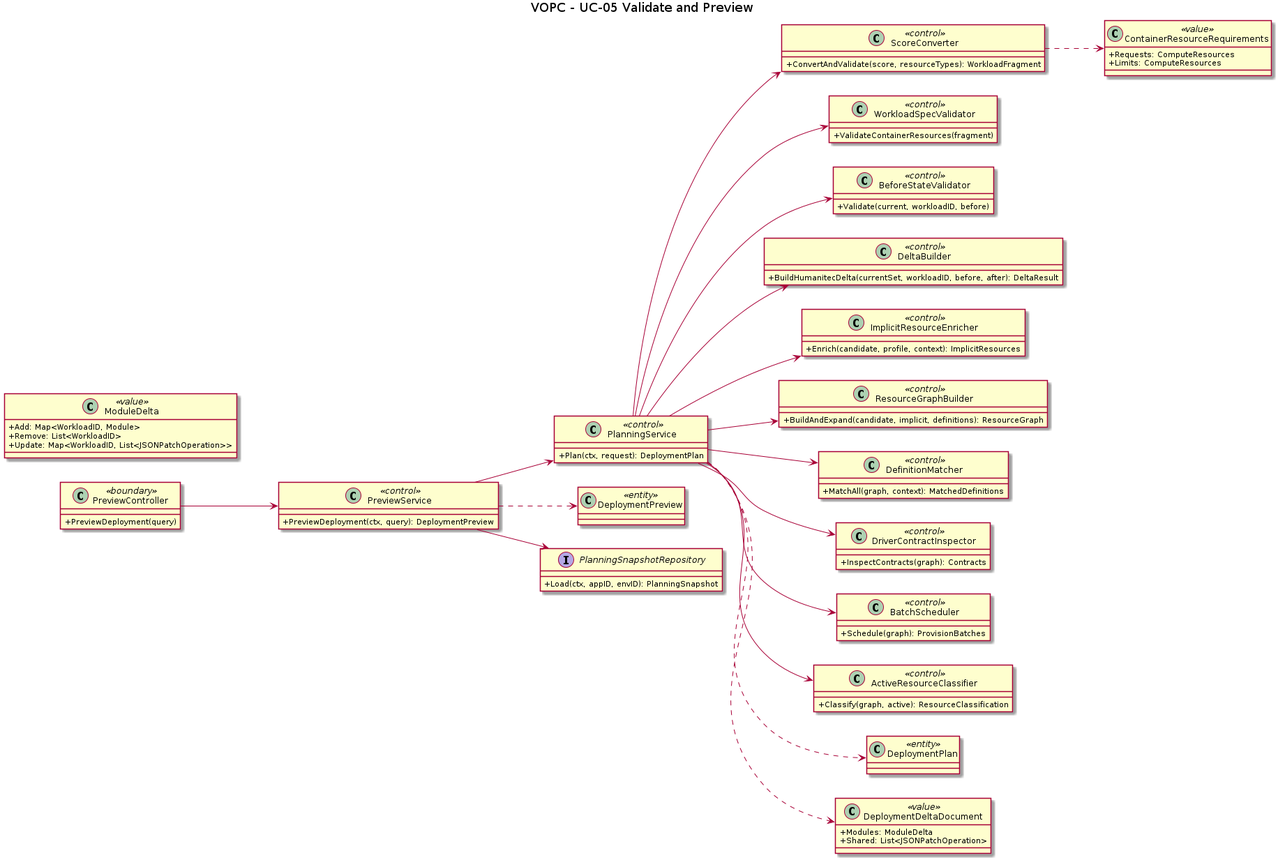
pr3s3nt/poc keeps this PlantUML diagram as orchestrator_docs/usecase/UC-05/vopc.png. Above is the earlier version. Its source is kept beside it as orchestrator_docs/usecase/UC-05/vopc.puml. Its diagram source:
```plantuml
@startuml
title VOPC - UC-05 Validate and Preview
left to right direction
skinparam classAttributeIconSize 0
class PreviewController <<boundary>> {
  +PreviewDeployment(query)
}
class PreviewService <<control>> {
  +PreviewDeployment(ctx, query): DeploymentPreview
}
class PlanningService <<control>> {
  +Plan(ctx, request): DeploymentPlan
}
class ScoreConverter <<control>> {
  +ConvertAndValidate(score, resourceTypes): WorkloadFragment
}
class WorkloadSpecValidator <<control>> {
  +ValidateContainerResources(fragment)
}
class BeforeStateValidator <<control>> {
  +Validate(current, workloadID, before)
}
class DeltaBuilder <<control>> {
  +BuildHumanitecDelta(currentSet, workloadID, before, after): DeltaResult
}
class ImplicitResourceEnricher <<control>> {
  +Enrich(candidate, profile, context): ImplicitResources
}
class ResourceGraphBuilder <<control>> {
  +BuildAndExpand(candidate, implicit, definitions): ResourceGraph
}
class DefinitionMatcher <<control>> {
  +MatchAll(graph, context): MatchedDefinitions
}
class DriverContractInspector <<control>> {
  +InspectContracts(graph): Contracts
}
class BatchScheduler <<control>> {
  +Schedule(graph): ProvisionBatches
}
class ActiveResourceClassifier <<control>> {
  +Classify(graph, active): ResourceClassification
}
class DeploymentPlan <<entity>>
class DeploymentPreview <<entity>>
class DeploymentDeltaDocument <<value>> {
  +Modules: ModuleDelta
  +Shared: List<JSONPatchOperation>
}
class ModuleDelta <<value>> {
  +Add: Map<WorkloadID, Module>
  +Remove: List<WorkloadID>
  +Update: Map<WorkloadID, List<JSONPatchOperation>>
}
class ContainerResourceRequirements <<value>> {
  +Requests: ComputeResources
  +Limits: ComputeResources
}
interface PlanningSnapshotRepository {
  +Load(ctx, appID, envID): PlanningSnapshot
}
PreviewController --> PreviewService
PreviewService --> PlanningSnapshotRepository
PreviewService --> PlanningService
PreviewService ..> DeploymentPreview
PlanningService --> ScoreConverter
PlanningService --> WorkloadSpecValidator
PlanningService --> BeforeStateValidator
PlanningService --> DeltaBuilder
PlanningService --> ImplicitResourceEnricher
PlanningService --> ResourceGraphBuilder
PlanningService --> DefinitionMatcher
PlanningService --> DriverContractInspector
PlanningService --> BatchScheduler
PlanningService --> ActiveResourceClassifier
PlanningService ..> DeploymentPlan
PlanningService ..> DeploymentDeltaDocument
ScoreConverter ..> ContainerResourceRequirements
@enduml
```
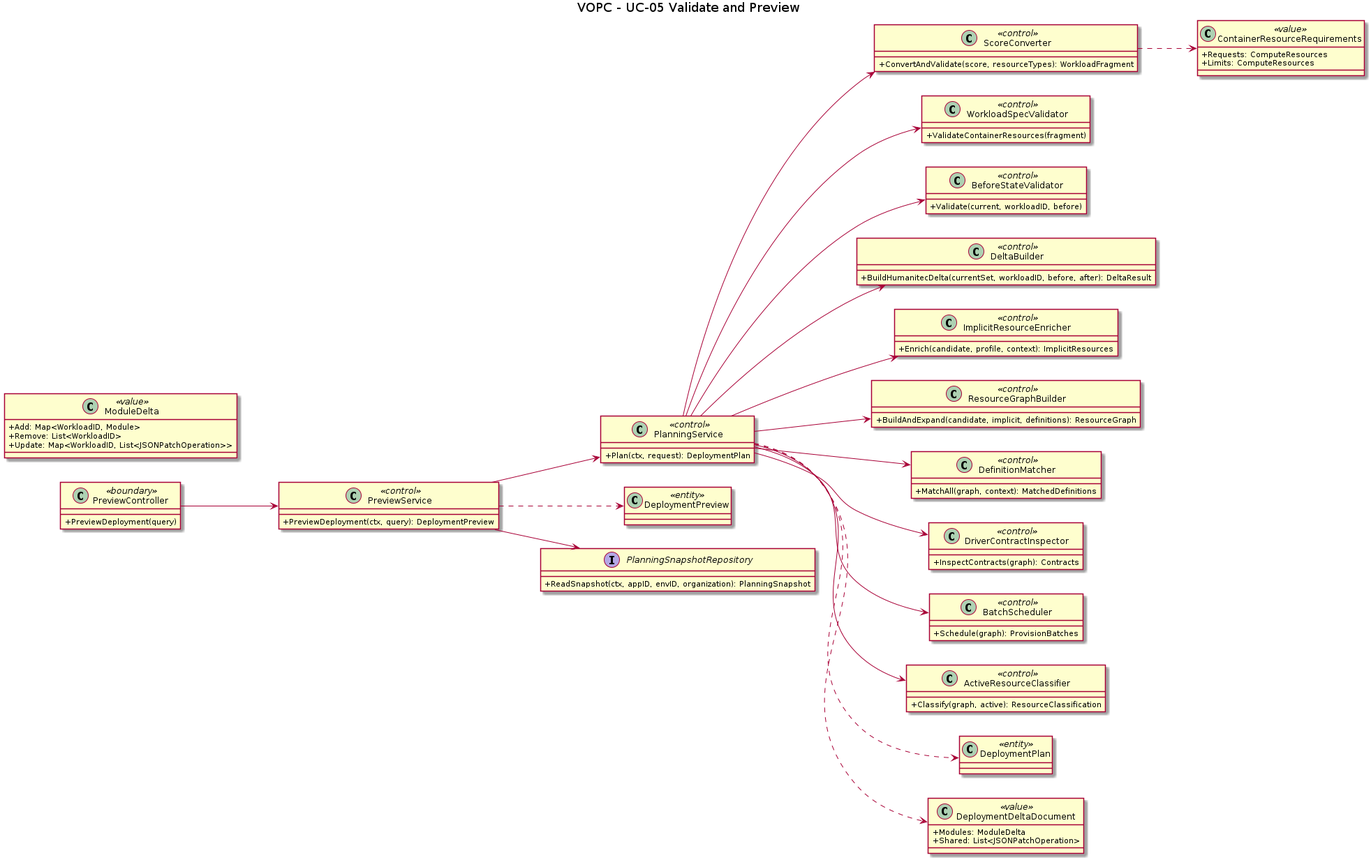
The same diagram one commit later.

What changed in the source:
```diff
@@ -57,7 +57,7 @@
   +Limits: ComputeResources
 }
 interface PlanningSnapshotRepository {
-  +Load(ctx, appID, envID): PlanningSnapshot
+  +ReadSnapshot(ctx, appID, envID, organization): PlanningSnapshot
 }
 PreviewController --> PreviewService
 PreviewService --> PlanningSnapshotRepository
```
